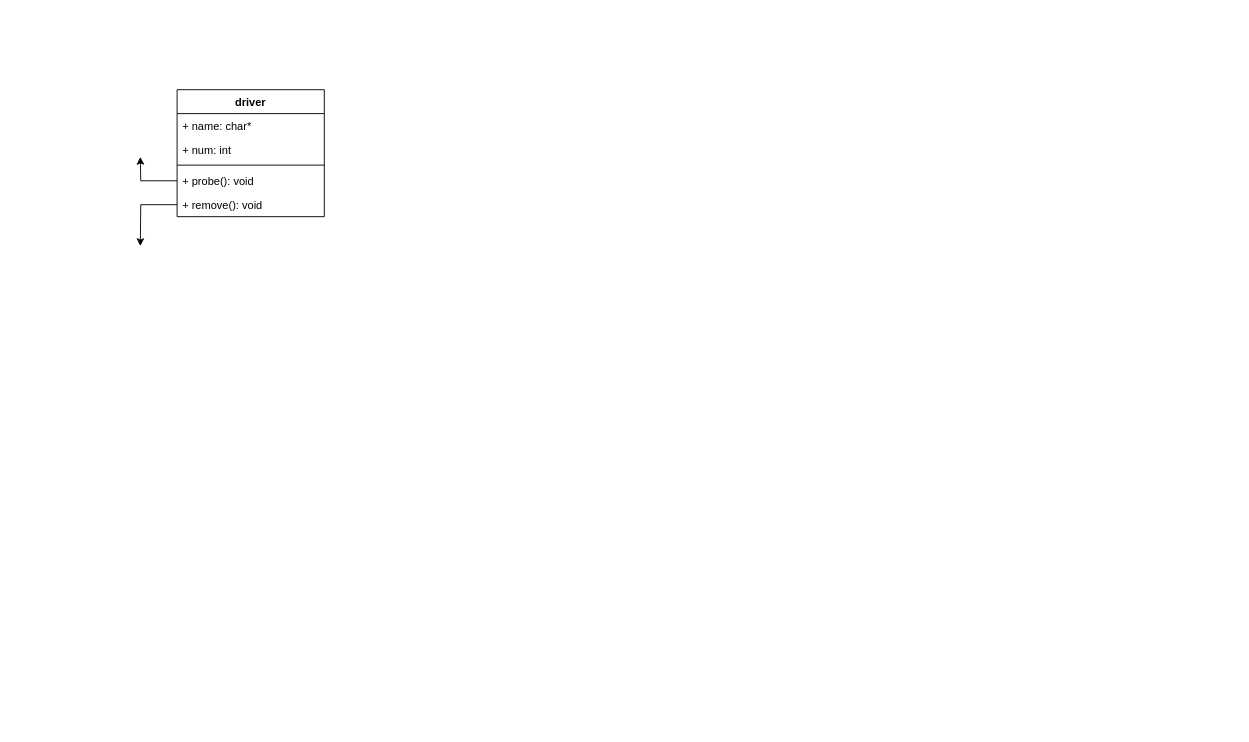
Before: page "Page-1" (1 of 2) of draw/driver.drawio in KuangGangqiao/learn, a draw.io diagram. Source tidied: cells renumbered, new cells numbered last; positions are measured from the earlier drawing's top-left corner, leaving out a move shared by most shapes. Both pictures are drawn from the tidied source at 92%, with x=0, y=0 at pixel (140, 89).
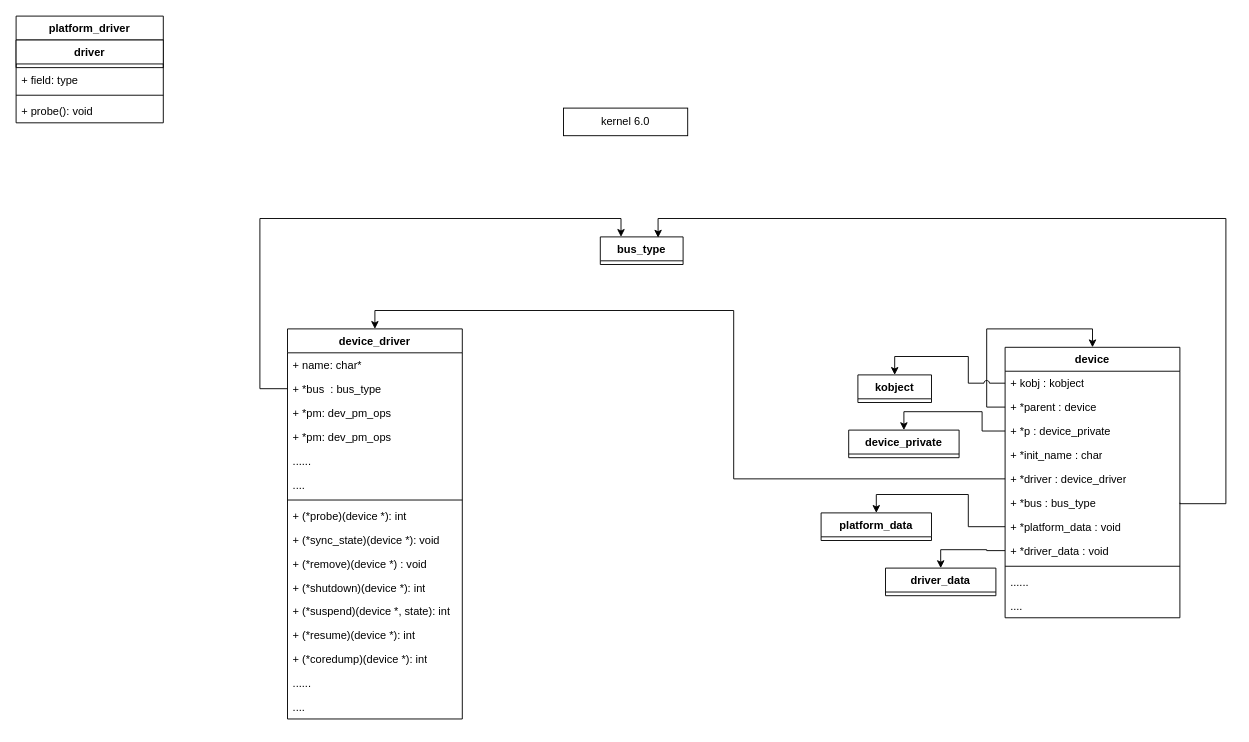
The same page after the edit.

Diff of the diagram source:
```diff
@@
+    <mxCell id="10" value="platform_driver" style="swimlane;fontStyle=1;align=center;verticalAlign=top;horizontal=1;startSize=26;whiteSpace=wrap;html=1;" parent="1" vertex="1">
+      <mxGeometry x="-135" y="-80" width="160" height="116" as="geometry" />
+    </mxCell>
-    <mxCell id="2" value="driver" style="swimlane;fontStyle=1;align=center;verticalAlign=top;horizontal=1;startSize=26;whiteSpace=wrap;html=1;" parent="1" vertex="1">
-      <mxGeometry x="40" width="160" height="138" as="geometry" />
+    <mxCell id="2" value="driver" style="swimlane;fontStyle=1;align=center;verticalAlign=top;horizontal=1;startSize=26;whiteSpace=wrap;html=1;" parent="10" vertex="1" collapsed="1">
+      <mxGeometry y="26" width="160" height="30" as="geometry" />
     </mxCell>
+    <mxCell id="11" value="+ field: type" style="text;strokeColor=none;fillColor=none;align=left;verticalAlign=top;spacingLeft=4;spacingRight=4;overflow=hidden;whiteSpace=wrap;html=1;" parent="10" vertex="1">
+      <mxGeometry y="56" width="160" height="26" as="geometry" />
+    </mxCell>
+    <mxCell id="12" style="line;strokeWidth=1;fillColor=none;align=left;verticalAlign=middle;spacingTop=-1;spacingLeft=3;spacingRight=3;labelPosition=right;strokeColor=inherit;" parent="10" vertex="1">
+      <mxGeometry y="82" width="160" height="8" as="geometry" />
+    </mxCell>
+    <mxCell id="7" value="+ probe(): void" style="text;strokeColor=none;fillColor=none;align=left;verticalAlign=top;spacingLeft=4;spacingRight=4;overflow=hidden;points=[[0,0.5],[1,0.5]];portConstraint=eastwest;whiteSpace=wrap;html=1;" parent="10" vertex="1">
+      <mxGeometry y="90" width="160" height="26" as="geometry" />
+    </mxCell>
+    <mxCell id="13" value="&lt;div&gt;device_driver&lt;/div&gt;&lt;div&gt;&lt;br&gt;&lt;/div&gt;" style="swimlane;fontStyle=1;align=center;verticalAlign=top;horizontal=1;startSize=26;whiteSpace=wrap;html=1;" parent="1" vertex="1">
+      <mxGeometry x="160" y="260" width="190" height="424" as="geometry" />
+    </mxCell>
-    <mxCell id="3" value="&lt;div&gt;+ name: char*&lt;/div&gt;" style="text;strokeColor=none;fillColor=none;align=left;verticalAlign=top;spacingLeft=4;spacingRight=4;overflow=hidden;whiteSpace=wrap;html=1;shadow=1;" parent="2" vertex="1">
-      <mxGeometry y="26" width="160" height="26" as="geometry" />
+    <mxCell id="3" value="&lt;div&gt;+ name: char*&lt;/div&gt;" style="text;strokeColor=none;fillColor=none;align=left;verticalAlign=top;spacingLeft=4;spacingRight=4;overflow=hidden;whiteSpace=wrap;html=1;shadow=1;" parent="13" vertex="1">
+      <mxGeometry y="26" width="190" height="26" as="geometry" />
     </mxCell>
-    <mxCell id="4" value="&lt;div&gt;+ num: int&lt;/div&gt;" style="text;strokeColor=none;fillColor=none;align=left;verticalAlign=top;spacingLeft=4;spacingRight=4;overflow=hidden;whiteSpace=wrap;html=1;shadow=1;" parent="2" vertex="1">
-      <mxGeometry y="52" width="160" height="26" as="geometry" />
-    </mxCell>
-    <mxCell id="5" style="line;strokeWidth=1;fillColor=none;align=left;verticalAlign=middle;spacingTop=-1;spacingLeft=3;spacingRight=3;labelPosition=right;strokeColor=inherit;" parent="2" vertex="1">
-      <mxGeometry y="78" width="160" height="8" as="geometry" />
-    </mxCell>
-    <mxCell id="6" style="edgeStyle=orthogonalEdgeStyle;rounded=0;jettySize=auto;html=1;exitX=0;exitY=0.5;exitDx=0;exitDy=0;" parent="2" edge="1" source="7">
-      <mxGeometry relative="1" as="geometry">
-        <mxPoint x="-40" y="73" as="targetPoint" />
-      </mxGeometry>
-    </mxCell>
-    <mxCell id="7" value="+ probe(): void" style="text;strokeColor=none;fillColor=none;align=left;verticalAlign=top;spacingLeft=4;spacingRight=4;overflow=hidden;points=[[0,0.5],[1,0.5]];portConstraint=eastwest;whiteSpace=wrap;html=1;" parent="2" vertex="1">
-      <mxGeometry y="86" width="160" height="26" as="geometry" />
-    </mxCell>
-    <mxCell id="8" style="edgeStyle=orthogonalEdgeStyle;rounded=0;jettySize=auto;html=1;exitX=0;exitY=0.5;exitDx=0;exitDy=0;" parent="2" edge="1" source="9">
-      <mxGeometry relative="1" as="geometry">
-        <mxPoint x="-40" y="170" as="targetPoint" />
-      </mxGeometry>
-    </mxCell>
-    <mxCell id="9" value="+ remove(): void" style="text;strokeColor=none;fillColor=none;align=left;verticalAlign=top;spacingLeft=4;spacingRight=4;overflow=hidden;points=[[0,0.5],[1,0.5]];portConstraint=eastwest;whiteSpace=wrap;html=1;" parent="2" vertex="1">
-      <mxGeometry y="112" width="160" height="26" as="geometry" />
-    </mxCell>
+    <mxCell id="14" value="+ *bus&amp;nbsp; : bus_type" style="text;strokeColor=none;fillColor=none;align=left;verticalAlign=top;spacingLeft=4;spacingRight=4;overflow=hidden;points=[[0,0.5],[1,0.5]];portConstraint=eastwest;whiteSpace=wrap;html=1;shadow=1;" parent="13" vertex="1">
+      <mxGeometry y="52" width="190" height="26" as="geometry" />
+    </mxCell>
+    <mxCell id="15" value="+ *pm: dev_pm_ops" style="text;strokeColor=none;fillColor=none;align=left;verticalAlign=top;spacingLeft=4;spacingRight=4;overflow=hidden;whiteSpace=wrap;html=1;shadow=1;" parent="13" vertex="1">
+      <mxGeometry y="78" width="190" height="26" as="geometry" />
+    </mxCell>
+    <mxCell id="16" value="+ *pm: dev_pm_ops" style="text;strokeColor=none;fillColor=none;align=left;verticalAlign=top;spacingLeft=4;spacingRight=4;overflow=hidden;whiteSpace=wrap;html=1;shadow=1;" parent="13" vertex="1">
+      <mxGeometry y="104" width="190" height="26" as="geometry" />
+    </mxCell>
+    <mxCell id="17" value="......" style="text;strokeColor=none;fillColor=none;align=left;verticalAlign=top;spacingLeft=4;spacingRight=4;overflow=hidden;whiteSpace=wrap;html=1;shadow=1;" parent="13" vertex="1">
+      <mxGeometry y="130" width="190" height="26" as="geometry" />
+    </mxCell>
+    <mxCell id="18" value="&lt;div&gt;....&lt;/div&gt;&lt;div&gt;&lt;br&gt;&lt;/div&gt;" style="text;strokeColor=none;fillColor=none;align=left;verticalAlign=top;spacingLeft=4;spacingRight=4;overflow=hidden;whiteSpace=wrap;html=1;shadow=1;" parent="13" vertex="1">
+      <mxGeometry y="156" width="190" height="26" as="geometry" />
+    </mxCell>
+    <mxCell id="19" style="line;strokeWidth=1;fillColor=none;align=left;verticalAlign=middle;spacingTop=-1;spacingLeft=3;spacingRight=3;labelPosition=right;strokeColor=inherit;" parent="13" vertex="1">
+      <mxGeometry y="182" width="190" height="8" as="geometry" />
+    </mxCell>
+    <mxCell id="20" value="+ (*probe)(device *): int " style="text;strokeColor=none;fillColor=none;align=left;verticalAlign=top;spacingLeft=4;spacingRight=4;overflow=hidden;whiteSpace=wrap;html=1;" parent="13" vertex="1">
+      <mxGeometry y="190" width="190" height="26" as="geometry" />
+    </mxCell>
+    <mxCell id="21" value="+ (*sync_state)(device *): void " style="text;strokeColor=none;fillColor=none;align=left;verticalAlign=top;spacingLeft=4;spacingRight=4;overflow=hidden;whiteSpace=wrap;html=1;" parent="13" vertex="1">
+      <mxGeometry y="216" width="190" height="26" as="geometry" />
+    </mxCell>
+    <mxCell id="22" value="+ (*remove)(device *) : void" style="text;strokeColor=none;fillColor=none;align=left;verticalAlign=top;spacingLeft=4;spacingRight=4;overflow=hidden;whiteSpace=wrap;html=1;" parent="13" vertex="1">
+      <mxGeometry y="242" width="190" height="26" as="geometry" />
+    </mxCell>
+    <mxCell id="23" value="+ (*shutdown)(device *): int" style="text;strokeColor=none;fillColor=none;align=left;verticalAlign=top;spacingLeft=4;spacingRight=4;overflow=hidden;whiteSpace=wrap;html=1;" parent="13" vertex="1">
+      <mxGeometry y="268" width="190" height="26" as="geometry" />
+    </mxCell>
+    <mxCell id="24" value="+ (*suspend)(device *, state): int" style="text;strokeColor=none;fillColor=none;align=left;verticalAlign=top;spacingLeft=4;spacingRight=4;overflow=hidden;whiteSpace=wrap;html=1;" parent="13" vertex="1">
+      <mxGeometry y="294" width="190" height="26" as="geometry" />
+    </mxCell>
+    <mxCell id="25" value="+ (*resume)(device *): int" style="text;strokeColor=none;fillColor=none;align=left;verticalAlign=top;spacingLeft=4;spacingRight=4;overflow=hidden;whiteSpace=wrap;html=1;" parent="13" vertex="1">
+      <mxGeometry y="320" width="190" height="26" as="geometry" />
+    </mxCell>
+    <mxCell id="26" value="+ (*coredump)(device *): int" style="text;strokeColor=none;fillColor=none;align=left;verticalAlign=top;spacingLeft=4;spacingRight=4;overflow=hidden;whiteSpace=wrap;html=1;" parent="13" vertex="1">
+      <mxGeometry y="346" width="190" height="26" as="geometry" />
+    </mxCell>
+    <mxCell id="27" value="......" style="text;strokeColor=none;fillColor=none;align=left;verticalAlign=top;spacingLeft=4;spacingRight=4;overflow=hidden;whiteSpace=wrap;html=1;shadow=1;" parent="13" vertex="1">
+      <mxGeometry y="372" width="190" height="26" as="geometry" />
+    </mxCell>
+    <mxCell id="28" value="&lt;div&gt;....&lt;/div&gt;&lt;div&gt;&lt;br&gt;&lt;/div&gt;" style="text;strokeColor=none;fillColor=none;align=left;verticalAlign=top;spacingLeft=4;spacingRight=4;overflow=hidden;whiteSpace=wrap;html=1;shadow=1;" parent="13" vertex="1">
+      <mxGeometry y="398" width="190" height="26" as="geometry" />
+    </mxCell>
+    <mxCell id="29" value="&lt;div&gt;kernel 6.0&lt;/div&gt;" style="rounded=0;whiteSpace=wrap;html=1;" parent="1" vertex="1">
+      <mxGeometry x="460" y="20" width="135" height="30" as="geometry" />
+    </mxCell>
+    <mxCell id="30" value="device" style="swimlane;fontStyle=1;align=center;verticalAlign=top;horizontal=1;startSize=26;whiteSpace=wrap;html=1;" parent="1" vertex="1">
+      <mxGeometry x="940" y="280" width="190" height="294" as="geometry" />
+    </mxCell>
+    <mxCell id="31" value="+ kobj : kobject" style="text;strokeColor=none;fillColor=none;align=left;verticalAlign=top;spacingLeft=4;spacingRight=4;overflow=hidden;points=[[0,0.5],[1,0.5]];portConstraint=eastwest;whiteSpace=wrap;html=1;" parent="30" vertex="1">
+      <mxGeometry y="26" width="190" height="26" as="geometry" />
+    </mxCell>
+    <mxCell id="32" style="edgeStyle=orthogonalEdgeStyle;rounded=0;jettySize=auto;html=1;exitX=0;exitY=0.5;exitDx=0;exitDy=0;entryX=0.5;entryY=0;entryDx=0;entryDy=0;" parent="30" edge="1" source="33" target="30">
+      <mxGeometry relative="1" as="geometry">
+        <Array as="points">
+          <mxPoint x="-20" y="65" />
+          <mxPoint x="-20" y="-20" />
+          <mxPoint x="95" y="-20" />
+        </Array>
+      </mxGeometry>
+    </mxCell>
+    <mxCell id="33" value="+ *parent : device&amp;nbsp; " style="text;strokeColor=none;fillColor=none;align=left;verticalAlign=top;spacingLeft=4;spacingRight=4;overflow=hidden;points=[[0,0.5],[1,0.5]];portConstraint=eastwest;whiteSpace=wrap;html=1;" parent="30" vertex="1">
+      <mxGeometry y="52" width="190" height="26" as="geometry" />
+    </mxCell>
+    <mxCell id="34" value="+ *p : device_private&amp;nbsp; " style="text;strokeColor=none;fillColor=none;align=left;verticalAlign=top;spacingLeft=4;spacingRight=4;overflow=hidden;points=[[0,0.5],[1,0.5]];portConstraint=eastwest;whiteSpace=wrap;html=1;" parent="30" vertex="1">
+      <mxGeometry y="78" width="190" height="26" as="geometry" />
+    </mxCell>
+    <mxCell id="35" value="+ *init_name : char " style="text;strokeColor=none;fillColor=none;align=left;verticalAlign=top;spacingLeft=4;spacingRight=4;overflow=hidden;whiteSpace=wrap;html=1;" parent="30" vertex="1">
+      <mxGeometry y="104" width="190" height="26" as="geometry" />
+    </mxCell>
+    <mxCell id="36" value="+ *driver : device_driver" style="text;strokeColor=none;fillColor=none;align=left;verticalAlign=top;spacingLeft=4;spacingRight=4;overflow=hidden;points=[[0,0.5],[1,0.5]];portConstraint=eastwest;whiteSpace=wrap;html=1;" parent="30" vertex="1">
+      <mxGeometry y="130" width="190" height="26" as="geometry" />
+    </mxCell>
+    <mxCell id="37" value="+ *bus : bus_type " style="text;strokeColor=none;fillColor=none;align=left;verticalAlign=top;spacingLeft=4;spacingRight=4;overflow=hidden;points=[[0,0.5],[1,0.5]];portConstraint=eastwest;whiteSpace=wrap;html=1;" parent="30" vertex="1">
+      <mxGeometry y="156" width="190" height="26" as="geometry" />
+    </mxCell>
+    <mxCell id="38" value="+ *platform_data : void " style="text;strokeColor=none;fillColor=none;align=left;verticalAlign=top;spacingLeft=4;spacingRight=4;overflow=hidden;points=[[0,0.5],[1,0.5]];portConstraint=eastwest;whiteSpace=wrap;html=1;" parent="30" vertex="1">
+      <mxGeometry y="182" width="190" height="26" as="geometry" />
+    </mxCell>
+    <mxCell id="39" value="+ *driver_data : void " style="text;strokeColor=none;fillColor=none;align=left;verticalAlign=top;spacingLeft=4;spacingRight=4;overflow=hidden;points=[[0,0.5],[1,0.5]];portConstraint=eastwest;whiteSpace=wrap;html=1;" parent="30" vertex="1">
+      <mxGeometry y="208" width="190" height="26" as="geometry" />
+    </mxCell>
+    <mxCell id="40" style="line;strokeWidth=1;fillColor=none;align=left;verticalAlign=middle;spacingTop=-1;spacingLeft=3;spacingRight=3;labelPosition=right;strokeColor=inherit;" parent="30" vertex="1">
+      <mxGeometry y="234" width="190" height="8" as="geometry" />
+    </mxCell>
+    <mxCell id="41" value="......" style="text;strokeColor=none;fillColor=none;align=left;verticalAlign=top;spacingLeft=4;spacingRight=4;overflow=hidden;whiteSpace=wrap;html=1;" parent="30" vertex="1">
+      <mxGeometry y="242" width="190" height="26" as="geometry" />
+    </mxCell>
+    <mxCell id="42" value="...." style="text;strokeColor=none;fillColor=none;align=left;verticalAlign=top;spacingLeft=4;spacingRight=4;overflow=hidden;whiteSpace=wrap;html=1;" parent="30" vertex="1">
+      <mxGeometry y="268" width="190" height="26" as="geometry" />
+    </mxCell>
+    <mxCell id="43" value="kobject" style="swimlane;fontStyle=1;align=center;verticalAlign=top;horizontal=1;startSize=26;whiteSpace=wrap;html=1;" parent="1" vertex="1" collapsed="1">
+      <mxGeometry x="780" y="310" width="80" height="30" as="geometry" />
+    </mxCell>
+    <mxCell id="44" style="edgeStyle=orthogonalEdgeStyle;rounded=0;jettySize=auto;html=1;entryX=0.5;entryY=0;entryDx=0;entryDy=0;jumpStyle=arc;" parent="1" edge="1" source="31" target="43">
+      <mxGeometry relative="1" as="geometry" />
+    </mxCell>
+    <mxCell id="45" value="device_private" style="swimlane;fontStyle=1;align=center;verticalAlign=top;horizontal=1;startSize=26;whiteSpace=wrap;html=1;" parent="1" vertex="1" collapsed="1">
+      <mxGeometry x="770" y="370" width="120" height="30" as="geometry" />
+    </mxCell>
+    <mxCell id="46" style="edgeStyle=orthogonalEdgeStyle;rounded=0;jettySize=auto;html=1;exitX=0;exitY=0.5;exitDx=0;exitDy=0;entryX=0.5;entryY=0;entryDx=0;entryDy=0;" parent="1" edge="1" source="34" target="45">
+      <mxGeometry relative="1" as="geometry" />
+    </mxCell>
+    <mxCell id="47" value="bus_type" style="swimlane;fontStyle=1;align=center;verticalAlign=top;horizontal=1;startSize=26;whiteSpace=wrap;html=1;" parent="1" vertex="1" collapsed="1">
+      <mxGeometry x="500" y="160" width="90" height="30" as="geometry" />
+    </mxCell>
+    <mxCell id="48" value="platform_data" style="swimlane;fontStyle=1;align=center;verticalAlign=top;horizontal=1;startSize=26;whiteSpace=wrap;html=1;" parent="1" vertex="1" collapsed="1">
+      <mxGeometry x="740" y="460" width="120" height="30" as="geometry" />
+    </mxCell>
+    <mxCell id="49" value="&lt;div&gt;driver_data&lt;/div&gt;&lt;div&gt;&lt;br&gt;&lt;/div&gt;" style="swimlane;fontStyle=1;align=center;verticalAlign=top;horizontal=1;startSize=26;whiteSpace=wrap;html=1;" parent="1" vertex="1" collapsed="1">
+      <mxGeometry x="810" y="520" width="120" height="30" as="geometry" />
+    </mxCell>
+    <mxCell id="50" style="edgeStyle=orthogonalEdgeStyle;rounded=0;jettySize=auto;html=1;exitX=0;exitY=0.5;exitDx=0;exitDy=0;entryX=0.5;entryY=0;entryDx=0;entryDy=0;" parent="1" edge="1" source="38" target="48">
+      <mxGeometry relative="1" as="geometry" />
+    </mxCell>
+    <mxCell id="51" style="edgeStyle=orthogonalEdgeStyle;rounded=0;jettySize=auto;html=1;exitX=0;exitY=0.5;exitDx=0;exitDy=0;entryX=0.5;entryY=0;entryDx=0;entryDy=0;" parent="1" edge="1" source="39" target="49">
+      <mxGeometry relative="1" as="geometry" />
+    </mxCell>
+    <mxCell id="52" style="edgeStyle=orthogonalEdgeStyle;rounded=0;jettySize=auto;html=1;exitX=0;exitY=0.5;exitDx=0;exitDy=0;jumpStyle=arc;entryX=0.5;entryY=0;entryDx=0;entryDy=0;" parent="1" edge="1" source="36" target="13">
+      <mxGeometry relative="1" as="geometry" />
+    </mxCell>
+    <mxCell id="53" style="edgeStyle=orthogonalEdgeStyle;rounded=0;jettySize=auto;html=1;entryX=0.698;entryY=0.028;entryDx=0;entryDy=0;entryPerimeter=0;exitX=1;exitY=0.5;exitDx=0;exitDy=0;" parent="1" edge="1" source="37" target="47">
+      <mxGeometry relative="1" as="geometry">
+        <Array as="points">
+          <mxPoint x="1130" y="450" />
+          <mxPoint x="1180" y="450" />
+          <mxPoint x="1180" y="140" />
+          <mxPoint x="563" y="140" />
+        </Array>
+      </mxGeometry>
+    </mxCell>
+    <mxCell id="54" style="edgeStyle=orthogonalEdgeStyle;rounded=0;jettySize=auto;html=1;entryX=0.25;entryY=0;entryDx=0;entryDy=0;" parent="1" edge="1" source="14" target="47">
+      <mxGeometry relative="1" as="geometry">
+        <Array as="points">
+          <mxPoint x="130" y="325" />
+          <mxPoint x="130" y="140" />
+          <mxPoint x="523" y="140" />
+        </Array>
+      </mxGeometry>
+    </mxCell>
```
